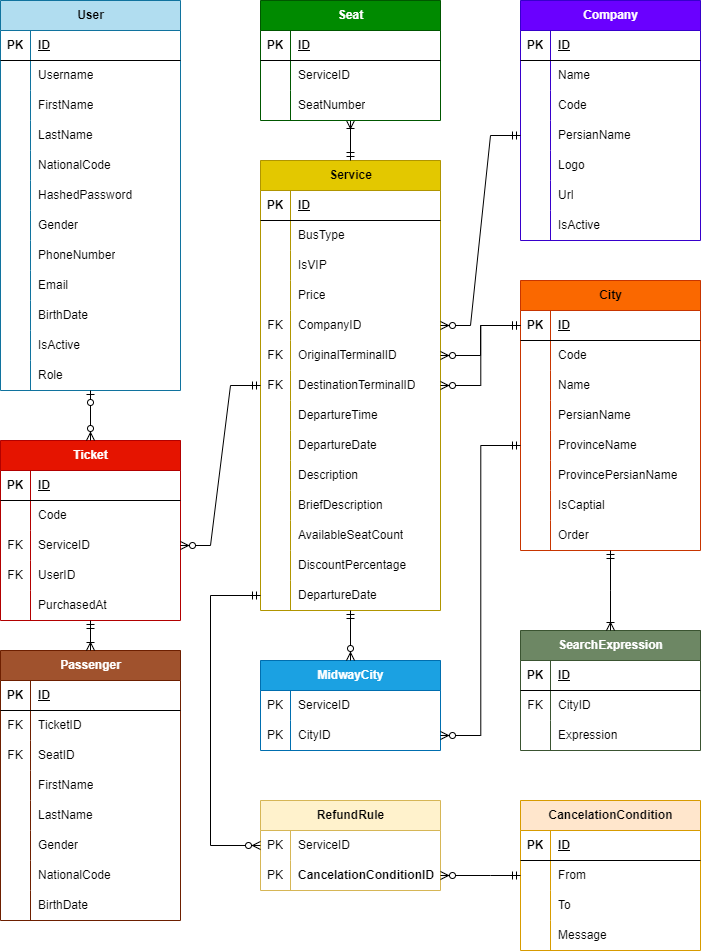
Before: Safar724.drawio.png, a diagram exported from draw.io (AliPadash82/Safar724Design). Source tidied: cells renumbered, new cells last; positions are measured from the earlier drawing's top-left corner, leaving out a move shared by most shapes.
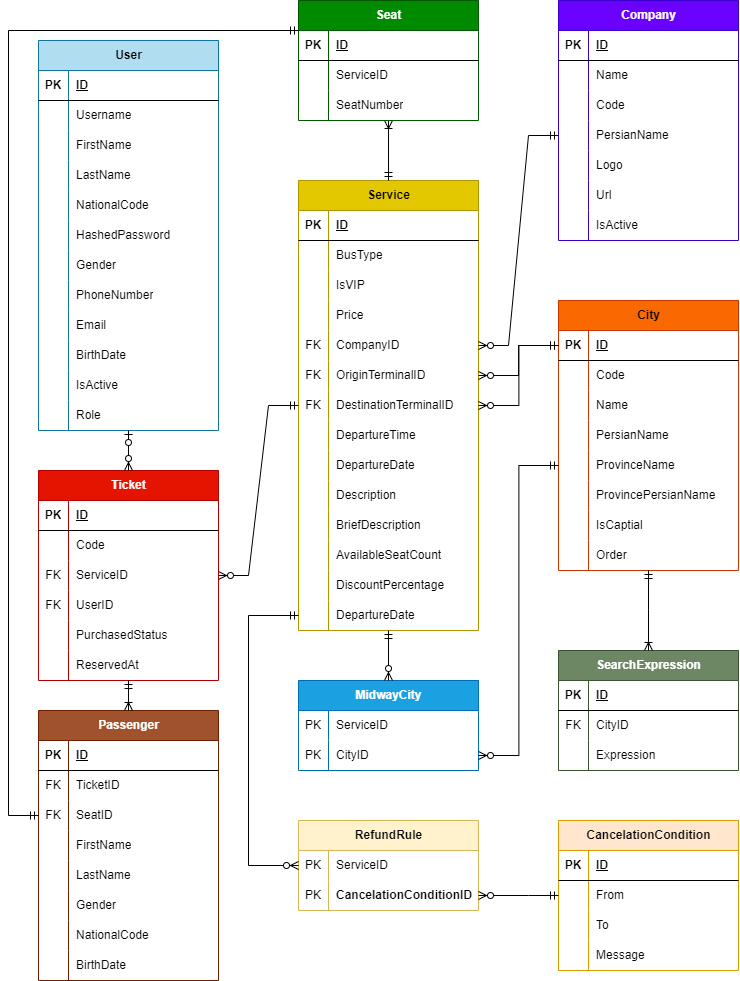
The same diagram one commit later.

Commit message:
ER Diagram slightly updated. The tables are created in database using GORM.

Change to the diagram source:
```diff
@@ -3,7 +3,7 @@
     <mxCell id="0" />
     <mxCell id="1" parent="0" />
     <mxCell id="2" value="User" style="shape=table;startSize=30;rowLines=0;fontStyle=1;align=center;html=1;fillColor=#b1ddf0;strokeColor=#10739e;" parent="1" vertex="1">
-      <mxGeometry width="180" height="390" as="geometry" />
+      <mxGeometry y="20" width="180" height="390" as="geometry" />
     </mxCell>
     <mxCell id="3" style="shape=tableRow;horizontal=0;startSize=0;swimlaneHead=0;swimlaneBody=0;fillColor=none;top=0;left=0;right=0;bottom=1;" parent="2" vertex="1">
       <mxGeometry y="30" width="180" height="30" as="geometry" />
@@ -167,7 +167,7 @@
     <mxCell id="56" value="FK" style="shape=partialRectangle;fillColor=none;top=0;left=0;bottom=0;right=0;overflow=hidden;whiteSpace=wrap;html=1;" parent="55" vertex="1">
       <mxGeometry width="30" height="30" as="geometry" />
     </mxCell>
-    <mxCell id="57" value="OriginalTerminalID" style="shape=partialRectangle;fillColor=none;top=0;left=0;bottom=0;right=0;align=left;spacingLeft=6;overflow=hidden;whiteSpace=wrap;html=1;" parent="55" vertex="1">
+    <mxCell id="57" value="OriginTerminalID" style="shape=partialRectangle;fillColor=none;top=0;left=0;bottom=0;right=0;align=left;spacingLeft=6;overflow=hidden;whiteSpace=wrap;html=1;" parent="55" vertex="1">
       <mxGeometry x="30" width="150" height="30" as="geometry" />
     </mxCell>
     <mxCell id="58" style="shape=tableRow;horizontal=0;startSize=0;swimlaneHead=0;swimlaneBody=0;fillColor=none;points=[[0,0.5],[1,0.5]];portConstraint=eastwest;top=0;left=0;right=0;bottom=0;" parent="39" vertex="1">
@@ -243,7 +243,7 @@
       <mxGeometry x="30" width="150" height="30" as="geometry" />
     </mxCell>
     <mxCell id="82" value="Ticket" style="shape=table;startSize=30;rowLines=0;fontStyle=1;align=center;html=1;fillColor=#e51400;fontColor=#ffffff;strokeColor=#B20000;" parent="1" vertex="1">
-      <mxGeometry y="440" width="180" height="180" as="geometry" />
+      <mxGeometry y="450" width="180" height="210" as="geometry" />
     </mxCell>
     <mxCell id="83" style="shape=tableRow;horizontal=0;startSize=0;swimlaneHead=0;swimlaneBody=0;fillColor=none;top=0;left=0;right=0;bottom=1;" parent="82" vertex="1">
       <mxGeometry y="30" width="180" height="30" as="geometry" />
@@ -281,17 +281,26 @@
     <mxCell id="94" value="UserID" style="shape=partialRectangle;fillColor=none;top=0;left=0;bottom=0;right=0;align=left;spacingLeft=6;overflow=hidden;whiteSpace=wrap;html=1;" parent="92" vertex="1">
       <mxGeometry x="30" width="150" height="30" as="geometry" />
     </mxCell>
+    <mxCell id="229" style="shape=tableRow;horizontal=0;startSize=0;swimlaneHead=0;swimlaneBody=0;fillColor=none;top=0;left=0;right=0;bottom=0;" parent="82" vertex="1">
+      <mxGeometry y="150" width="180" height="30" as="geometry" />
+    </mxCell>
+    <mxCell id="230" style="shape=partialRectangle;fillColor=none;top=0;left=0;bottom=0;right=0;overflow=hidden;whiteSpace=wrap;html=1;" parent="229" vertex="1">
+      <mxGeometry width="30" height="30" as="geometry" />
+    </mxCell>
+    <mxCell id="231" value="PurchasedStatus" style="shape=partialRectangle;fillColor=none;top=0;left=0;bottom=0;right=0;align=left;spacingLeft=6;overflow=hidden;whiteSpace=wrap;html=1;" parent="229" vertex="1">
+      <mxGeometry x="30" width="150" height="30" as="geometry" />
+    </mxCell>
     <mxCell id="95" style="shape=tableRow;horizontal=0;startSize=0;swimlaneHead=0;swimlaneBody=0;fillColor=none;points=[[0,0.5],[1,0.5]];portConstraint=eastwest;top=0;left=0;right=0;bottom=0;" parent="82" vertex="1">
-      <mxGeometry y="150" width="180" height="30" as="geometry" />
+      <mxGeometry y="180" width="180" height="30" as="geometry" />
     </mxCell>
     <mxCell id="96" style="shape=partialRectangle;fillColor=none;top=0;left=0;bottom=0;right=0;overflow=hidden;whiteSpace=wrap;html=1;" parent="95" vertex="1">
       <mxGeometry width="30" height="30" as="geometry" />
     </mxCell>
-    <mxCell id="97" value="PurchasedAt" style="shape=partialRectangle;fillColor=none;top=0;left=0;bottom=0;right=0;align=left;spacingLeft=6;overflow=hidden;whiteSpace=wrap;html=1;" parent="95" vertex="1">
+    <mxCell id="97" value="ReservedAt" style="shape=partialRectangle;fillColor=none;top=0;left=0;bottom=0;right=0;align=left;spacingLeft=6;overflow=hidden;whiteSpace=wrap;html=1;" parent="95" vertex="1">
       <mxGeometry x="30" width="150" height="30" as="geometry" />
     </mxCell>
     <mxCell id="98" value="Company" style="shape=table;startSize=30;rowLines=0;fontStyle=1;align=center;html=1;fillColor=#6a00ff;strokeColor=#3700CC;fontColor=#ffffff;" parent="1" vertex="1">
-      <mxGeometry x="520" width="180" height="240" as="geometry" />
+      <mxGeometry x="520" y="-20" width="180" height="240" as="geometry" />
     </mxCell>
     <mxCell id="99" style="shape=tableRow;horizontal=0;startSize=0;swimlaneHead=0;swimlaneBody=0;fillColor=none;top=0;left=0;right=0;bottom=1;" parent="98" vertex="1">
       <mxGeometry y="30" width="180" height="30" as="geometry" />
@@ -584,7 +593,7 @@
       </mxGeometry>
     </mxCell>
     <mxCell id="193" value="Passenger" style="shape=table;startSize=30;rowLines=0;fontStyle=1;align=center;html=1;fillColor=#a0522d;fontColor=#ffffff;strokeColor=#6D1F00;" parent="1" vertex="1">
-      <mxGeometry y="650" width="180" height="270" as="geometry" />
+      <mxGeometry y="690" width="180" height="270" as="geometry" />
     </mxCell>
     <mxCell id="194" style="shape=tableRow;horizontal=0;startSize=0;swimlaneHead=0;swimlaneBody=0;fillColor=none;top=0;left=0;right=0;bottom=1;" parent="193" vertex="1">
       <mxGeometry y="30" width="180" height="30" as="geometry" />
@@ -662,7 +671,7 @@
       <mxGeometry relative="1" as="geometry" />
     </mxCell>
     <mxCell id="219" value="Seat" style="shape=table;startSize=30;rowLines=0;fontStyle=1;align=center;html=1;fillColor=#008a00;strokeColor=#005700;fontColor=#ffffff;" parent="1" vertex="1">
-      <mxGeometry x="260" width="180" height="120" as="geometry" />
+      <mxGeometry x="260" y="-20" width="180" height="120" as="geometry" />
     </mxCell>
     <mxCell id="220" style="shape=tableRow;horizontal=0;startSize=0;swimlaneHead=0;swimlaneBody=0;fillColor=none;top=0;left=0;right=0;bottom=1;" parent="219" vertex="1">
       <mxGeometry y="30" width="180" height="30" as="geometry" />
@@ -691,5 +700,17 @@
     <mxCell id="228" value="SeatNumber" style="shape=partialRectangle;fillColor=none;top=0;left=0;bottom=0;right=0;align=left;spacingLeft=6;overflow=hidden;whiteSpace=wrap;html=1;" parent="226" vertex="1">
       <mxGeometry x="30" width="150" height="30" as="geometry" />
     </mxCell>
+    <mxCell id="232" style="edgeStyle=elbowEdgeStyle;fontSize=12;html=1;endArrow=ERmandOne;startArrow=ERmandOne;rounded=0;exitX=0;exitY=0.5;exitDx=0;exitDy=0;elbow=vertical;entryX=0;entryY=0.25;entryDx=0;entryDy=0;" parent="1" edge="1" source="200" target="219">
+      <mxGeometry relative="1" as="geometry">
+        <Array as="points">
+          <mxPoint x="-30" y="530" />
+          <mxPoint x="220" y="-20" />
+          <mxPoint x="210" y="60" />
+          <mxPoint x="220" y="60" />
+          <mxPoint x="210" />
+          <mxPoint x="210" />
+        </Array>
+      </mxGeometry>
+    </mxCell>
   </root>
 </mxGraphModel>
```
